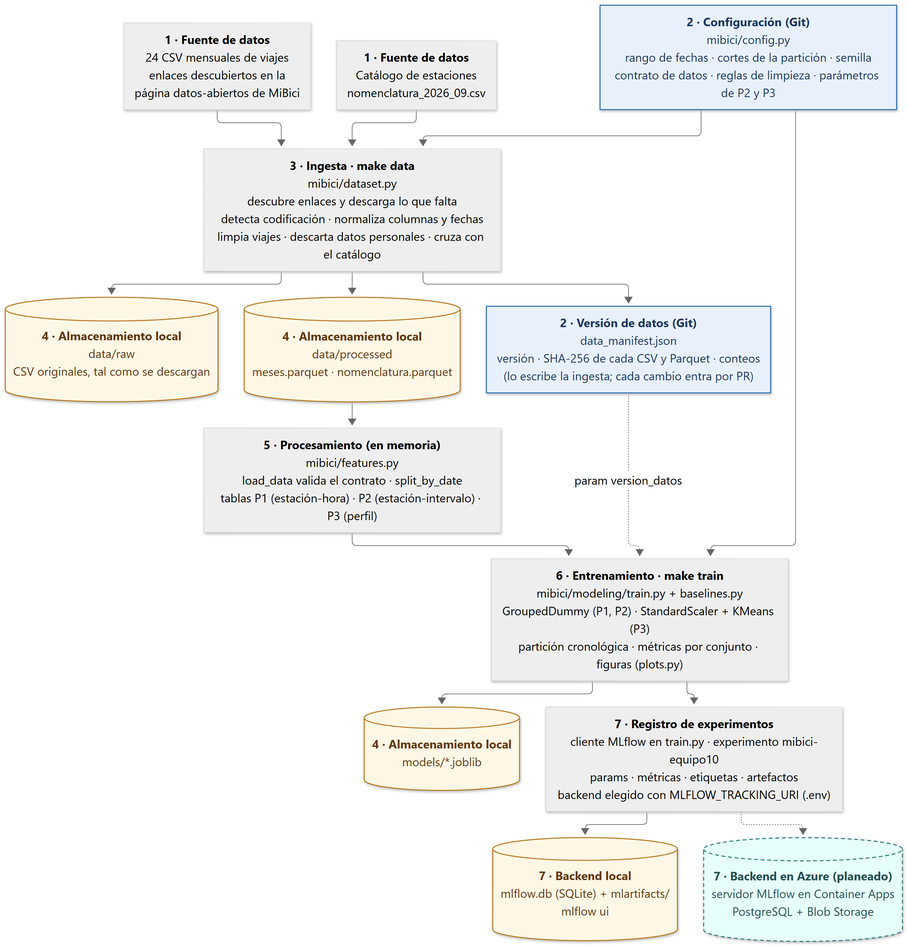
Earlier version of the Mermaid export references/arquitectura.png (WillSagzz/TC5061-Proyecto-Equipo10). Its source is kept beside it as references/arquitectura.mmd.
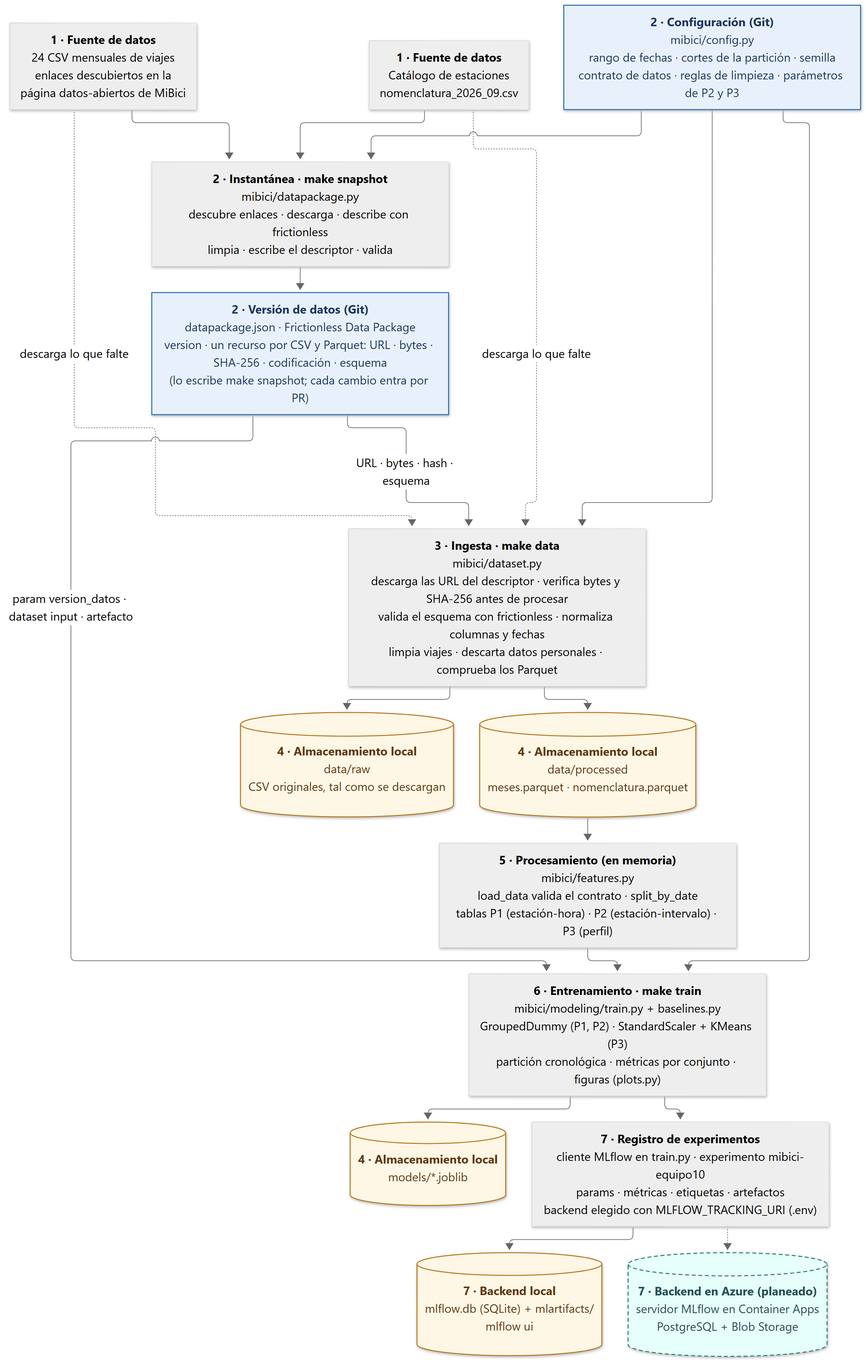
The same file after the commit.

Diff of the diagram source:
```diff
@@ -3,9 +3,10 @@
   CSV["<b>1 · Fuente de datos</b><br/>24 CSV mensuales de viajes<br/>enlaces descubiertos en la<br/>página datos-abiertos de MiBici"]
   NOM["<b>1 · Fuente de datos</b><br/>Catálogo de estaciones<br/>nomenclatura_2026_09.csv"]
   CFG["<b>2 · Configuración (Git)</b><br/>mibici/config.py<br/>rango de fechas · cortes de la partición · semilla<br/>contrato de datos · reglas de limpieza · parámetros de P2 y P3"]
-  MAN["<b>2 · Versión de datos (Git)</b><br/>data_manifest.json<br/>versión · SHA-256 de cada CSV y Parquet · conteos<br/>(lo escribe la ingesta; cada cambio entra por PR)"]
+  MAN["<b>2 · Versión de datos (Git)</b><br/>datapackage.json · Frictionless Data Package<br/>version · un recurso por CSV y Parquet: URL · bytes · SHA-256 · codificación · esquema<br/>(lo escribe make snapshot; cada cambio entra por PR)"]
+  SNAP["<b>2 · Instantánea · make snapshot</b><br/>mibici/datapackage.py<br/>descubre enlaces · descarga · describe con frictionless<br/>limpia · escribe el descriptor · valida"]
 
-  INGEST["<b>3 · Ingesta · make data</b><br/>mibici/dataset.py<br/>descubre enlaces y descarga lo que falta<br/>detecta codificación · normaliza columnas y fechas<br/>limpia viajes · descarta datos personales · cruza con el catálogo"]
+  INGEST["<b>3 · Ingesta · make data</b><br/>mibici/dataset.py<br/>descarga las URL del descriptor · verifica bytes y SHA-256 antes de procesar<br/>valida el esquema con frictionless · normaliza columnas y fechas<br/>limpia viajes · descarta datos personales · comprueba los Parquet"]
 
   RAW[("<b>4 · Almacenamiento local</b><br/>data/raw<br/>CSV originales, tal como se descargan")]
   PROC[("<b>4 · Almacenamiento local</b><br/>data/processed<br/>meses.parquet · nomenclatura.parquet")]
@@ -19,15 +20,19 @@
   LOCAL[("<b>7 · Backend local</b><br/>mlflow.db (SQLite) + mlartifacts/<br/>mlflow ui")]
   AZURE[("<b>7 · Backend en Azure (planeado)</b><br/>servidor MLflow en Container Apps<br/>PostgreSQL + Blob Storage")]
 
-  CSV --> INGEST
-  NOM --> INGEST
+  CSV --> SNAP
+  NOM --> SNAP
+  CFG --> SNAP
+  SNAP --> MAN
+  MAN -- "URL · bytes · hash · esquema" --> INGEST
+  CSV -. "descarga lo que falte" .-> INGEST
+  NOM -. "descarga lo que falte" .-> INGEST
   CFG --> INGEST
   INGEST --> RAW
   INGEST --> PROC
-  INGEST --> MAN
   PROC --> FEAT --> TRAIN
   CFG --> TRAIN
-  MAN -. "param version_datos" .-> TRAIN
+  MAN -. "param version_datos · dataset input · artefacto" .-> TRAIN
   TRAIN --> MODELS
   TRAIN --> CLIENT
   CLIENT --> LOCAL
```
